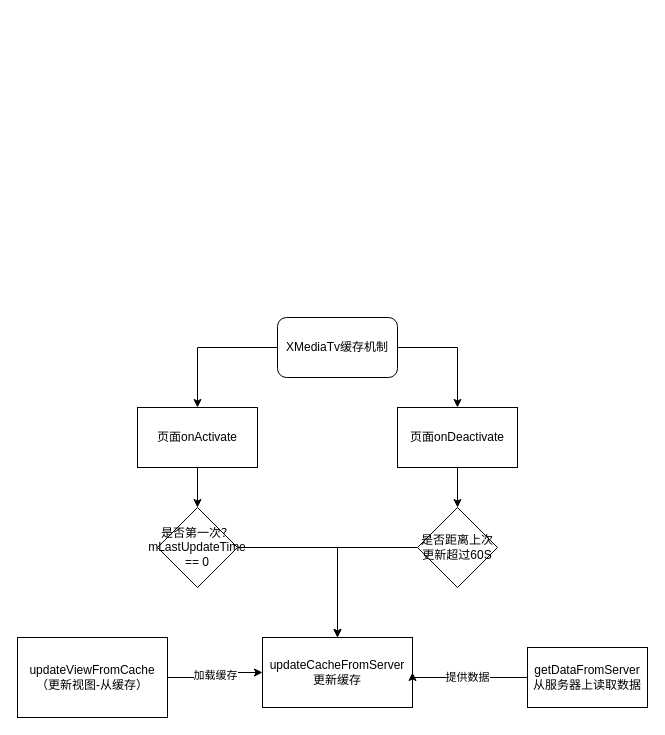
honghonglhh2018/ThinkingFlowChart keeps this draw.io diagram as 未命名表单.drawio. Above is the earlier version. Source tidied: cells renumbered, new cells numbered last; positions are measured from the earlier drawing's top-left corner, leaving out a move shared by most shapes. Both pictures are drawn from the tidied source at 100%, with x=0, y=0 at pixel (17, 317).
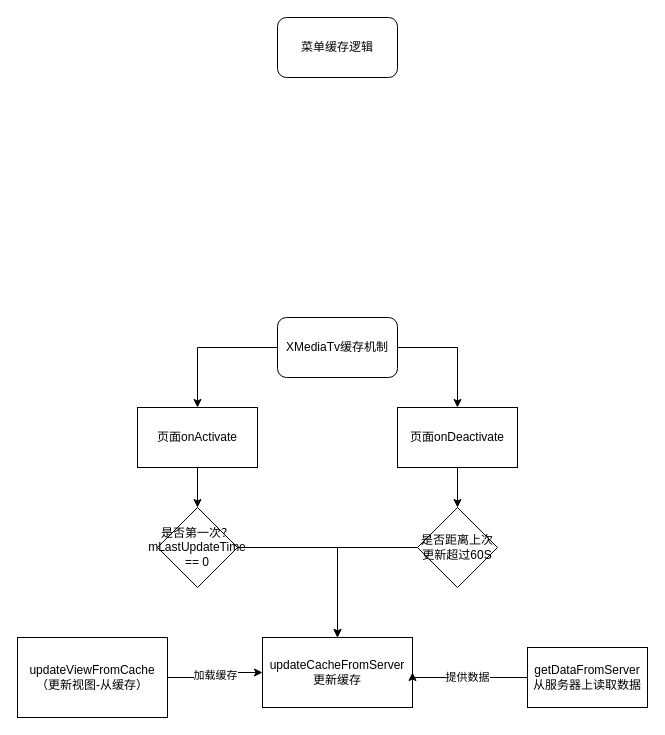
After the change.

Commit message:
XMedia_Buffer

Diff of the diagram source:
```diff
@@
+    <mxCell id="18" value="菜单缓存逻辑" style="rounded=1;whiteSpace=wrap;html=1;" parent="1" vertex="1">
+      <mxGeometry x="260" y="-300" width="120" height="60" as="geometry" />
+    </mxCell>
```
